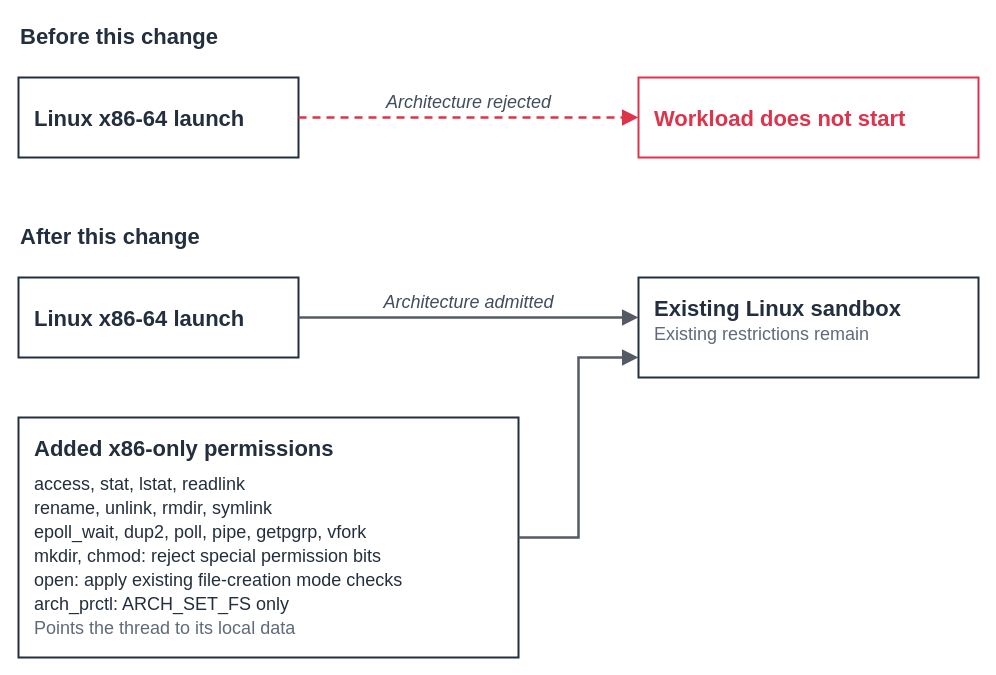
The draw.io diagram docs/design/images/linux-x86-runtime-startup.drawio in strands-agents/box, before the edit. Source tidied: cells renumbered, new cells numbered last; positions are measured from the earlier drawing's top-left corner, leaving out a move shared by most shapes. Both pictures are drawn from the tidied source at 100%, with x=0, y=0 at pixel (18, 17).
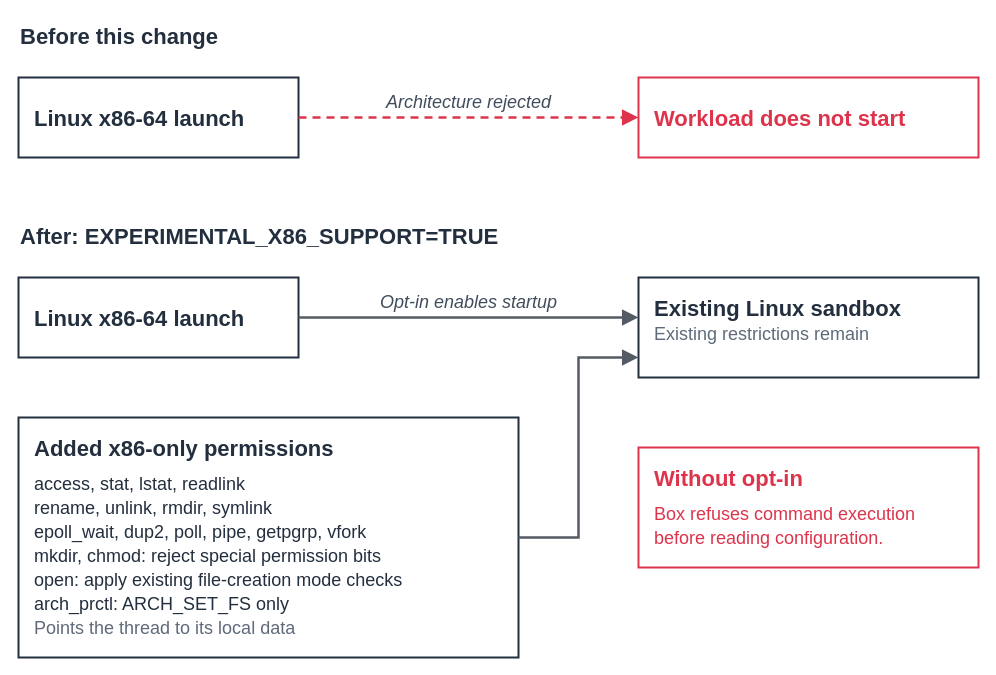
After the change.

Diff of the diagram source:
```diff
@@
 <mxGraphModel background="#ffffff">
   <root>
     <mxCell id="0" />
     <mxCell id="1" parent="0" />
     <mxCell id="2" value="&lt;div style=&quot;font-size:22px;line-height:26.4px;font-weight:bold&quot;&gt;Before this change&lt;/div&gt;" style="text;html=1;whiteSpace=nowrap;align=left;verticalAlign=top;strokeColor=none;fillColor=none;fontSize=22;fontStyle=1;fontColor=#232F3E;fontFamily=Arial,Helvetica,sans-serif;" parent="1" vertex="1">
       <mxGeometry width="960" height="40" as="geometry" />
     </mxCell>
-    <mxCell id="3" value="&lt;div style=&quot;font-size:22px;line-height:26.4px;font-weight:bold&quot;&gt;After this change&lt;/div&gt;" style="text;html=1;whiteSpace=nowrap;align=left;verticalAlign=top;strokeColor=none;fillColor=none;fontSize=22;fontStyle=1;fontColor=#232F3E;fontFamily=Arial,Helvetica,sans-serif;" parent="1" vertex="1">
+    <mxCell id="3" value="&lt;div style=&quot;font-size:22px;line-height:26.4px;font-weight:bold&quot;&gt;After: EXPERIMENTAL_X86_SUPPORT=TRUE&lt;/div&gt;" style="text;html=1;whiteSpace=nowrap;align=left;verticalAlign=top;strokeColor=none;fillColor=none;fontSize=22;fontStyle=1;fontColor=#232F3E;fontFamily=Arial,Helvetica,sans-serif;" parent="1" vertex="1">
       <mxGeometry y="200" width="960" height="40" as="geometry" />
     </mxCell>
     <mxCell id="4" value="&lt;div style=&quot;font-size:22px;line-height:26.4px;font-weight:bold&quot;&gt;Linux x86-64 launch&lt;/div&gt;" style="rounded=0;html=1;whiteSpace=nowrap;fillColor=none;strokeWidth=2;dashed=0;verticalAlign=top;align=left;spacing=0;spacingLeft=16;fontSize=14;fontStyle=1;fontFamily=Arial,Helvetica,sans-serif;strokeColor=#232F3E;fontColor=#232F3E;spacingTop=24;" parent="1" vertex="1">
       <mxGeometry y="60" width="280" height="80" as="geometry" />
     </mxCell>
     <mxCell id="5" value="&lt;div style=&quot;font-size:22px;line-height:26.4px;font-weight:bold&quot;&gt;Workload does not start&lt;/div&gt;" style="rounded=0;html=1;whiteSpace=nowrap;fillColor=none;strokeWidth=2;dashed=0;verticalAlign=top;align=left;spacing=0;spacingLeft=16;fontSize=14;fontStyle=1;fontFamily=Arial,Helvetica,sans-serif;strokeColor=#DD344C;fontColor=#DD344C;spacingTop=24;" parent="1" vertex="1">
       <mxGeometry x="620" y="60" width="340" height="80" as="geometry" />
     </mxCell>
     <mxCell id="6" value="&lt;div style=&quot;font-size:22px;line-height:26.4px;font-weight:bold&quot;&gt;Linux x86-64 launch&lt;/div&gt;" style="rounded=0;html=1;whiteSpace=nowrap;fillColor=none;strokeWidth=2;dashed=0;verticalAlign=top;align=left;spacing=0;spacingLeft=16;fontSize=14;fontStyle=1;fontFamily=Arial,Helvetica,sans-serif;strokeColor=#232F3E;fontColor=#232F3E;spacingTop=24;" parent="1" vertex="1">
       <mxGeometry y="260" width="280" height="80" as="geometry" />
     </mxCell>
     <mxCell id="7" value="&lt;div style=&quot;font-size:22px;line-height:26.4px;font-weight:bold&quot;&gt;Existing Linux sandbox&lt;/div&gt;&lt;div style=&quot;font-size:18px;line-height:24px;font-weight:normal;color:#5F6B7A&quot;&gt;Existing restrictions remain&lt;/div&gt;" style="rounded=0;html=1;whiteSpace=nowrap;fillColor=none;strokeWidth=2;dashed=0;verticalAlign=top;align=left;spacing=0;spacingLeft=16;fontSize=14;fontStyle=1;fontFamily=Arial,Helvetica,sans-serif;strokeColor=#232F3E;fontColor=#232F3E;spacingTop=14;" parent="1" vertex="1">
       <mxGeometry x="620" y="260" width="340" height="100" as="geometry" />
     </mxCell>
     <mxCell id="8" value="&lt;div style=&quot;font-size:22px;line-height:26.4px;font-weight:bold&quot;&gt;Added x86-only permissions&lt;/div&gt;&lt;div style=&quot;height:10px&quot;&gt;&lt;/div&gt;&lt;div style=&quot;font-size:18px;line-height:24px;font-weight:normal&quot;&gt;access, stat, lstat, readlink&lt;/div&gt;&lt;div style=&quot;font-size:18px;line-height:24px;font-weight:normal&quot;&gt;rename, unlink, rmdir, symlink&lt;/div&gt;&lt;div style=&quot;font-size:18px;line-height:24px;font-weight:normal&quot;&gt;epoll_wait, dup2, poll, pipe, getpgrp, vfork&lt;/div&gt;&lt;div style=&quot;font-size:18px;line-height:24px;font-weight:normal&quot;&gt;mkdir, chmod: reject special permission bits&lt;/div&gt;&lt;div style=&quot;font-size:18px;line-height:24px;font-weight:normal&quot;&gt;open: apply existing file-creation mode checks&lt;/div&gt;&lt;div style=&quot;font-size:18px;line-height:24px;font-weight:normal&quot;&gt;arch_prctl: ARCH_SET_FS only&lt;/div&gt;&lt;div style=&quot;font-size:18px;line-height:24px;font-weight:normal;color:#5F6B7A&quot;&gt;Points the thread to its local data&lt;/div&gt;" style="rounded=0;html=1;whiteSpace=nowrap;fillColor=none;strokeWidth=2;dashed=0;verticalAlign=top;align=left;spacing=0;spacingLeft=16;fontSize=14;fontStyle=1;fontFamily=Arial,Helvetica,sans-serif;strokeColor=#232F3E;fontColor=#232F3E;spacingTop=14;" parent="1" vertex="1">
       <mxGeometry y="400" width="500" height="240" as="geometry" />
     </mxCell>
     <mxCell id="9" value="Architecture rejected" style="edgeStyle=orthogonalEdgeStyle;rounded=0;html=1;strokeWidth=2.5;endArrow=block;endFill=1;endSize=10;startArrow=none;exitX=1;exitY=0.5;exitDx=0;exitDy=0;entryX=0;entryY=0.5;entryDx=0;entryDy=0;fontSize=18;fontStyle=2;fontColor=#414D5C;labelBackgroundColor=none;fontFamily=Arial,Helvetica,sans-serif;strokeColor=#DD344C;dashed=1;dashPattern=8 6;fixDash=1;" parent="1" edge="1" source="4" target="5">
       <mxGeometry relative="1" as="geometry">
         <Array as="points">
           <mxPoint x="450" y="100" />
         </Array>
         <mxPoint y="-15" as="offset" />
       </mxGeometry>
     </mxCell>
-    <mxCell id="10" value="Architecture admitted" style="edgeStyle=orthogonalEdgeStyle;rounded=0;html=1;strokeWidth=2.5;endArrow=block;endFill=1;endSize=10;startArrow=none;exitX=1;exitY=0.5;exitDx=0;exitDy=0;entryX=0;entryY=0.4;entryDx=0;entryDy=0;fontSize=18;fontStyle=2;fontColor=#414D5C;labelBackgroundColor=none;fontFamily=Arial,Helvetica,sans-serif;strokeColor=#545B64;dashed=0;" parent="1" edge="1" source="6" target="7">
+    <mxCell id="10" value="Opt-in enables startup" style="edgeStyle=orthogonalEdgeStyle;rounded=0;html=1;strokeWidth=2.5;endArrow=block;endFill=1;endSize=10;startArrow=none;exitX=1;exitY=0.5;exitDx=0;exitDy=0;entryX=0;entryY=0.4;entryDx=0;entryDy=0;fontSize=18;fontStyle=2;fontColor=#414D5C;labelBackgroundColor=none;fontFamily=Arial,Helvetica,sans-serif;strokeColor=#545B64;dashed=0;" parent="1" edge="1" source="6" target="7">
       <mxGeometry relative="1" as="geometry">
         <Array as="points">
           <mxPoint x="450" y="300" />
         </Array>
         <mxPoint y="-15" as="offset" />
       </mxGeometry>
     </mxCell>
     <mxCell id="11" style="edgeStyle=orthogonalEdgeStyle;rounded=0;html=1;strokeWidth=2.5;endArrow=block;endFill=1;endSize=10;startArrow=none;exitX=1;exitY=0.5;exitDx=0;exitDy=0;entryX=0;entryY=0.8;entryDx=0;entryDy=0;fontSize=18;fontStyle=2;fontColor=#414D5C;labelBackgroundColor=none;fontFamily=Arial,Helvetica,sans-serif;strokeColor=#545B64;dashed=0;" parent="1" edge="1" source="8" target="7">
       <mxGeometry relative="1" as="geometry">
         <Array as="points">
           <mxPoint x="560" y="520" />
           <mxPoint x="560" y="340" />
         </Array>
         <mxPoint y="-15" as="offset" />
       </mxGeometry>
     </mxCell>
+    <mxCell id="12" value="&lt;div style=&quot;font-size:22px;line-height:26.4px;font-weight:bold&quot;&gt;Without opt-in&lt;/div&gt;&lt;div style=&quot;height:10px&quot;&gt;&lt;/div&gt;&lt;div style=&quot;font-size:18px;line-height:24px;font-weight:normal&quot;&gt;Box refuses command execution&lt;/div&gt;&lt;div style=&quot;font-size:18px;line-height:24px;font-weight:normal&quot;&gt;before reading configuration.&lt;/div&gt;" style="rounded=0;html=1;whiteSpace=nowrap;fillColor=none;strokeWidth=2;dashed=0;verticalAlign=top;align=left;spacing=0;spacingLeft=16;fontSize=14;fontStyle=1;fontFamily=Arial,Helvetica,sans-serif;strokeColor=#DD344C;fontColor=#DD344C;spacingTop=14;" parent="1" vertex="1">
+      <mxGeometry x="620" y="430" width="340" height="120" as="geometry" />
+    </mxCell>
   </root>
 </mxGraphModel>
```
